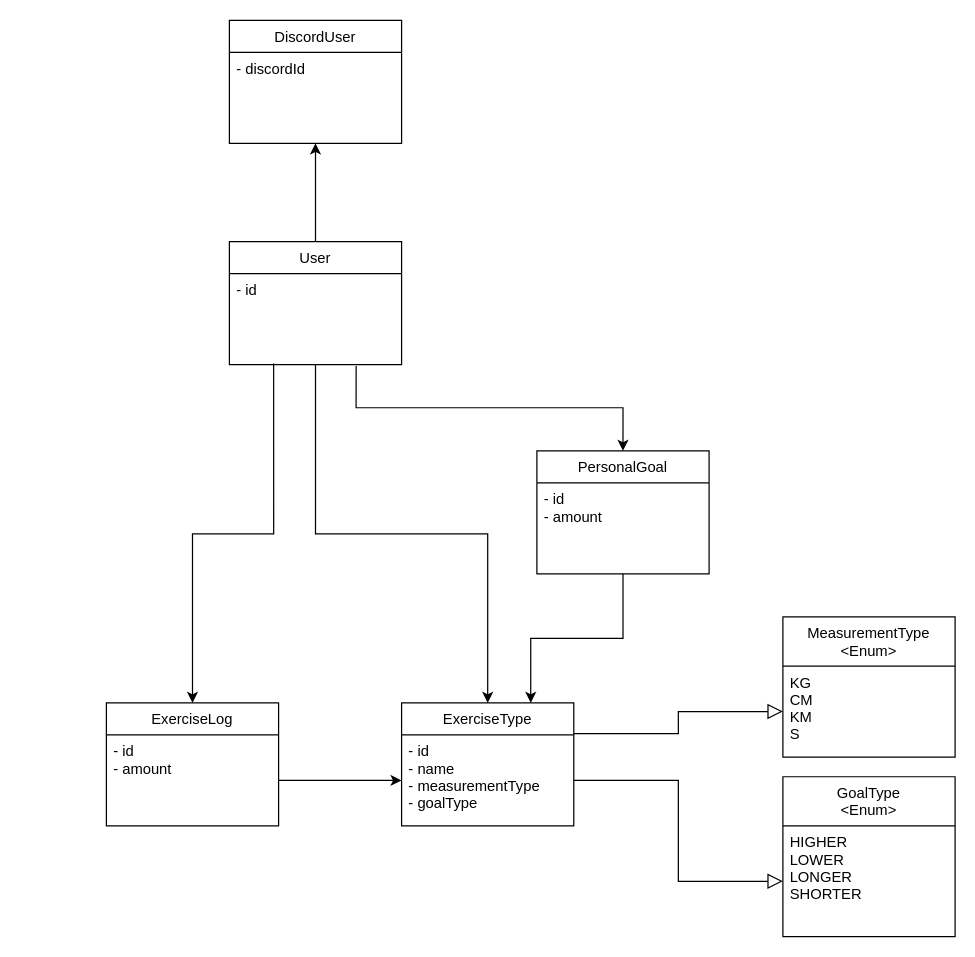
jordybronowicki37/befit-bot keeps this draw.io diagram as docs/Diagrams.drawio. Above is the earlier version. Source tidied: cells renumbered, new cells numbered last; positions are measured from the earlier drawing's top-left corner, leaving out a move shared by most shapes. Both pictures are drawn from the tidied source at 123%, with x=0, y=0 at pixel (106, 20).
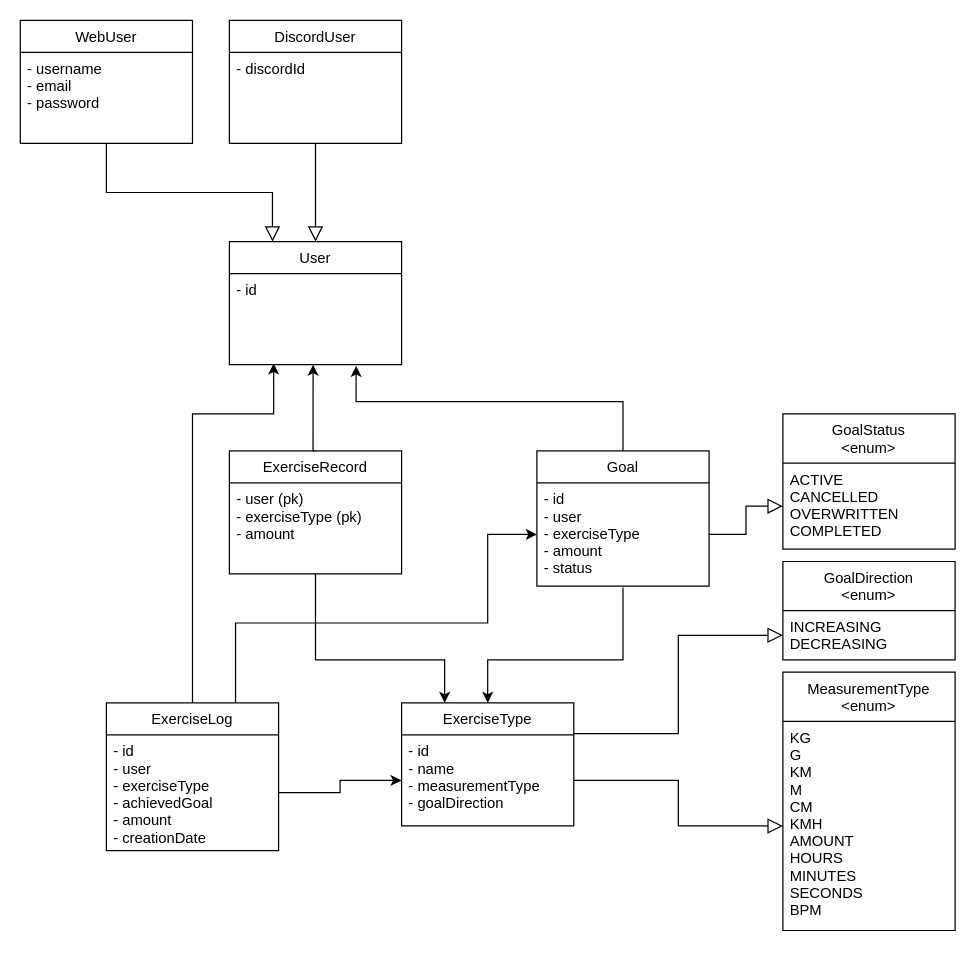
After the change.

Unchanged cells that the change refers to:
```xml
<mxCell id="4" value="User" style="swimlane;fontStyle=0;horizontal=1;startSize=26;fillColor=none;" parent="1" vertex="1">
  <mxGeometry x="100" y="180" width="140" height="100" as="geometry" />
</mxCell>
<mxCell id="5" value="- id&#10;" style="text;strokeColor=none;fillColor=none;align=left;verticalAlign=top;spacingLeft=4;spacingRight=4;overflow=hidden;points=[[0,0.5],[1,0.5]];portConstraint=eastwest;" parent="4" vertex="1">
  <mxGeometry y="26" width="140" height="74" as="geometry" />
</mxCell>
<mxCell id="6" value="DiscordUser" style="swimlane;fontStyle=0;horizontal=1;startSize=26;fillColor=none;" parent="1" vertex="1">
  <mxGeometry x="100" width="140" height="100" as="geometry" />
</mxCell>
<mxCell id="8" value="ExerciseType" style="swimlane;fontStyle=0;horizontal=1;startSize=26;fillColor=none;" parent="1" vertex="1">
  <mxGeometry x="240" y="555" width="140" height="100" as="geometry" />
</mxCell>
```

What changed in the source:
```diff
@@
-    <mxCell id="2" style="edgeStyle=orthogonalEdgeStyle;rounded=0;jettySize=auto;html=1;exitX=0.5;exitY=0;exitDx=0;exitDy=0;" parent="1" edge="1" source="4" target="6">
+    <mxCell id="2" style="edgeStyle=orthogonalEdgeStyle;rounded=0;jettySize=auto;html=1;exitX=0.5;exitY=0;exitDx=0;exitDy=0;endArrow=none;endFill=0;startArrow=block;startFill=0;startSize=10;" parent="1" edge="1" source="4" target="6">
       <mxGeometry relative="1" as="geometry" />
     </mxCell>
-    <mxCell id="3" style="edgeStyle=orthogonalEdgeStyle;rounded=0;jettySize=auto;html=1;entryX=0.5;entryY=0;entryDx=0;entryDy=0;endArrow=classic;endFill=1;startSize=6;endSize=6;" parent="1" edge="1" source="4" target="8">
-      <mxGeometry relative="1" as="geometry" />
-    </mxCell>
+    <mxCell id="24" style="edgeStyle=orthogonalEdgeStyle;rounded=0;jettySize=auto;html=1;exitX=0.25;exitY=0;exitDx=0;exitDy=0;endArrow=none;endFill=0;startArrow=block;startFill=0;startSize=10;" parent="1" edge="1" source="4" target="26">
+      <mxGeometry relative="1" as="geometry" />
+    </mxCell>
@@
-    <mxCell id="9" value="- id&#10;- name&#10;- measurementType&#10;- goalType" style="text;strokeColor=none;fillColor=none;align=left;verticalAlign=top;spacingLeft=4;spacingRight=4;overflow=hidden;points=[[0,0.5],[1,0.5]];portConstraint=eastwest;" parent="8" vertex="1">
+    <mxCell id="9" value="- id&#10;- name&#10;- measurementType&#10;- goalDirection" style="text;strokeColor=none;fillColor=none;align=left;verticalAlign=top;spacingLeft=4;spacingRight=4;overflow=hidden;points=[[0,0.5],[1,0.5]];portConstraint=eastwest;" parent="8" vertex="1">
       <mxGeometry y="26" width="140" height="74" as="geometry" />
     </mxCell>
+    <mxCell id="25" style="edgeStyle=orthogonalEdgeStyle;rounded=0;jettySize=auto;html=1;exitX=0.75;exitY=0;exitDx=0;exitDy=0;entryX=0;entryY=0.5;entryDx=0;entryDy=0;" parent="1" edge="1" source="10" target="33">
+      <mxGeometry relative="1" as="geometry">
+        <Array as="points">
+          <mxPoint x="105" y="490" />
+          <mxPoint x="310" y="490" />
+          <mxPoint x="310" y="418" />
+        </Array>
+      </mxGeometry>
+    </mxCell>
     <mxCell id="10" value="ExerciseLog" style="swimlane;fontStyle=0;horizontal=1;startSize=26;fillColor=none;" parent="1" vertex="1">
-      <mxGeometry y="555" width="140" height="100" as="geometry" />
+      <mxGeometry y="555" width="140" height="120" as="geometry" />
     </mxCell>
-    <mxCell id="11" value="- id&#10;- amount" style="text;strokeColor=none;fillColor=none;align=left;verticalAlign=top;spacingLeft=4;spacingRight=4;overflow=hidden;points=[[0,0.5],[1,0.5]];portConstraint=eastwest;" parent="10" vertex="1">
-      <mxGeometry y="26" width="140" height="74" as="geometry" />
+    <mxCell id="11" value="- id&#10;- user&#10;- exerciseType&#10;- achievedGoal&#10;- amount&#10;- creationDate" style="text;strokeColor=none;fillColor=none;align=left;verticalAlign=top;spacingLeft=4;spacingRight=4;overflow=hidden;points=[[0,0.5],[1,0.5]];portConstraint=eastwest;" parent="10" vertex="1">
+      <mxGeometry y="26" width="140" height="94" as="geometry" />
     </mxCell>
-    <mxCell id="12" value="GoalType&#10;&lt;Enum&gt;" style="swimlane;fontStyle=0;horizontal=1;startSize=40;fillColor=none;" parent="1" vertex="1">
-      <mxGeometry x="550" y="615" width="140" height="130" as="geometry" />
+    <mxCell id="12" value="GoalDirection&#10;&lt;enum&gt;" style="swimlane;fontStyle=0;horizontal=1;startSize=40;fillColor=none;" parent="1" vertex="1">
+      <mxGeometry x="550" y="440" width="140" height="80" as="geometry" />
     </mxCell>
-    <mxCell id="13" value="HIGHER&#10;LOWER&#10;LONGER&#10;SHORTER" style="text;strokeColor=none;fillColor=none;align=left;verticalAlign=top;spacingLeft=4;spacingRight=4;overflow=hidden;points=[[0,0.5],[1,0.5]];portConstraint=eastwest;" parent="12" vertex="1">
-      <mxGeometry y="40" width="140" height="90" as="geometry" />
+    <mxCell id="13" value="INCREASING&#10;DECREASING" style="text;strokeColor=none;fillColor=none;align=left;verticalAlign=top;spacingLeft=4;spacingRight=4;overflow=hidden;points=[[0,0.5],[1,0.5]];portConstraint=eastwest;" parent="12" vertex="1">
+      <mxGeometry y="40" width="140" height="40" as="geometry" />
     </mxCell>
-    <mxCell id="14" value="MeasurementType&#10;&lt;Enum&gt;" style="swimlane;fontStyle=0;horizontal=1;startSize=40;fillColor=none;" parent="1" vertex="1">
-      <mxGeometry x="550" y="485" width="140" height="114" as="geometry" />
-    </mxCell>
-    <mxCell id="15" value="KG&#10;CM&#10;KM&#10;S" style="text;strokeColor=none;fillColor=none;align=left;verticalAlign=top;spacingLeft=4;spacingRight=4;overflow=hidden;points=[[0,0.5],[1,0.5]];portConstraint=eastwest;" parent="14" vertex="1">
-      <mxGeometry y="40" width="140" height="74" as="geometry" />
-    </mxCell>
@@
-    <mxCell id="17" style="edgeStyle=orthogonalEdgeStyle;rounded=0;jettySize=auto;html=1;exitX=0.736;exitY=1.014;exitDx=0;exitDy=0;entryX=0.5;entryY=0;entryDx=0;entryDy=0;exitPerimeter=0;" parent="1" edge="1" source="5" target="22">
-      <mxGeometry relative="1" as="geometry" />
+    <mxCell id="17" style="edgeStyle=orthogonalEdgeStyle;rounded=0;jettySize=auto;html=1;exitX=0.736;exitY=1.014;exitDx=0;exitDy=0;entryX=0.5;entryY=0;entryDx=0;entryDy=0;exitPerimeter=0;startArrow=classic;startFill=1;endArrow=none;endFill=0;" parent="1" edge="1" source="5" target="32">
+      <mxGeometry relative="1" as="geometry">
+        <Array as="points">
+          <mxPoint x="203" y="310" />
+          <mxPoint x="420" y="310" />
+        </Array>
+      </mxGeometry>
     </mxCell>
-    <mxCell id="18" style="edgeStyle=orthogonalEdgeStyle;rounded=0;jettySize=auto;html=1;exitX=0.257;exitY=0.986;exitDx=0;exitDy=0;entryX=0.5;entryY=0;entryDx=0;entryDy=0;exitPerimeter=0;" parent="1" edge="1" source="5" target="10">
-      <mxGeometry relative="1" as="geometry" />
+    <mxCell id="18" style="edgeStyle=orthogonalEdgeStyle;rounded=0;jettySize=auto;html=1;exitX=0.257;exitY=0.986;exitDx=0;exitDy=0;entryX=0.5;entryY=0;entryDx=0;entryDy=0;exitPerimeter=0;startArrow=classic;startFill=1;endArrow=none;endFill=0;" parent="1" edge="1" source="5" target="10">
+      <mxGeometry relative="1" as="geometry">
+        <Array as="points">
+          <mxPoint x="136" y="320" />
+          <mxPoint x="70" y="320" />
+        </Array>
+      </mxGeometry>
     </mxCell>
-    <mxCell id="19" style="edgeStyle=orthogonalEdgeStyle;rounded=0;jettySize=auto;html=1;exitX=1;exitY=0.25;exitDx=0;exitDy=0;entryX=0;entryY=0.5;entryDx=0;entryDy=0;endArrow=block;endFill=0;startSize=6;endSize=10;" parent="1" edge="1" source="8" target="15">
+    <mxCell id="19" style="edgeStyle=orthogonalEdgeStyle;rounded=0;jettySize=auto;html=1;entryX=0;entryY=0.5;entryDx=0;entryDy=0;endArrow=block;endFill=0;startSize=6;endSize=10;exitX=1;exitY=0.5;exitDx=0;exitDy=0;" parent="1" edge="1" source="9" target="31">
       <mxGeometry relative="1" as="geometry" />
     </mxCell>
-    <mxCell id="20" style="edgeStyle=orthogonalEdgeStyle;rounded=0;jettySize=auto;html=1;exitX=1;exitY=0.5;exitDx=0;exitDy=0;entryX=0;entryY=0.5;entryDx=0;entryDy=0;endSize=10;endArrow=block;endFill=0;" parent="1" edge="1" source="9" target="13">
+    <mxCell id="20" style="edgeStyle=orthogonalEdgeStyle;rounded=0;jettySize=auto;html=1;exitX=1;exitY=0.25;exitDx=0;exitDy=0;entryX=0;entryY=0.5;entryDx=0;entryDy=0;endSize=10;endArrow=block;endFill=0;" parent="1" edge="1" source="8" target="13">
       <mxGeometry relative="1" as="geometry" />
     </mxCell>
-    <mxCell id="21" style="edgeStyle=orthogonalEdgeStyle;rounded=0;jettySize=auto;html=1;entryX=0.75;entryY=0;entryDx=0;entryDy=0;endArrow=classic;endFill=1;startSize=6;endSize=6;" parent="1" edge="1" source="22" target="8">
-      <mxGeometry relative="1" as="geometry" />
+    <mxCell id="21" style="edgeStyle=orthogonalEdgeStyle;rounded=0;jettySize=auto;html=1;entryX=0.5;entryY=0;entryDx=0;entryDy=0;endArrow=classic;endFill=1;startSize=6;endSize=6;exitX=0.5;exitY=1.014;exitDx=0;exitDy=0;exitPerimeter=0;" parent="1" edge="1" source="33" target="8">
+      <mxGeometry relative="1" as="geometry">
+        <Array as="points">
+          <mxPoint x="420" y="520" />
+          <mxPoint x="310" y="520" />
+        </Array>
+      </mxGeometry>
     </mxCell>
-    <mxCell id="22" value="PersonalGoal" style="swimlane;fontStyle=0;horizontal=1;startSize=26;fillColor=none;" parent="1" vertex="1">
-      <mxGeometry x="350" y="350" width="140" height="100" as="geometry" />
-    </mxCell>
-    <mxCell id="23" value="- id&#10;- amount" style="text;strokeColor=none;fillColor=none;align=left;verticalAlign=top;spacingLeft=4;spacingRight=4;overflow=hidden;" parent="22" vertex="1">
-      <mxGeometry y="26" width="140" height="74" as="geometry" />
-    </mxCell>
+    <mxCell id="26" value="WebUser" style="swimlane;fontStyle=0;horizontal=1;startSize=26;fillColor=none;" parent="1" vertex="1">
+      <mxGeometry x="-70" width="140" height="100" as="geometry" />
+    </mxCell>
+    <mxCell id="27" value="- username&#10;- email&#10;- password" style="text;strokeColor=none;fillColor=none;align=left;verticalAlign=top;spacingLeft=4;spacingRight=4;overflow=hidden;" parent="26" vertex="1">
+      <mxGeometry y="26" width="140" height="74" as="geometry" />
+    </mxCell>
+    <mxCell id="28" style="edgeStyle=orthogonalEdgeStyle;rounded=0;jettySize=auto;html=1;entryX=0.25;entryY=0;entryDx=0;entryDy=0;" parent="1" edge="1" source="29" target="8">
+      <mxGeometry relative="1" as="geometry">
+        <Array as="points">
+          <mxPoint x="170" y="520" />
+          <mxPoint x="275" y="520" />
+        </Array>
+      </mxGeometry>
+    </mxCell>
+    <mxCell id="29" value="ExerciseRecord" style="swimlane;fontStyle=0;horizontal=1;startSize=26;fillColor=none;" parent="1" vertex="1">
+      <mxGeometry x="100" y="350" width="140" height="100" as="geometry" />
+    </mxCell>
+    <mxCell id="30" value="- user (pk)&#10;- exerciseType (pk)&#10;- amount" style="text;strokeColor=none;fillColor=none;align=left;verticalAlign=top;spacingLeft=4;spacingRight=4;overflow=hidden;" parent="29" vertex="1">
+      <mxGeometry y="26" width="140" height="74" as="geometry" />
+    </mxCell>
+    <mxCell id="14" value="MeasurementType&#10;&lt;enum&gt;" style="swimlane;fontStyle=0;horizontal=1;startSize=40;fillColor=none;" parent="1" vertex="1">
+      <mxGeometry x="550" y="530" width="140" height="210" as="geometry" />
+    </mxCell>
+    <mxCell id="31" value="KG&#10;G&#10;KM&#10;M&#10;CM&#10;KMH&#10;AMOUNT&#10;HOURS&#10;MINUTES&#10;SECONDS&#10;BPM" style="text;strokeColor=none;fillColor=none;align=left;verticalAlign=top;spacingLeft=4;spacingRight=4;overflow=hidden;points=[[0,0.5],[1,0.5]];portConstraint=eastwest;" parent="14" vertex="1">
+      <mxGeometry y="40" width="140" height="170" as="geometry" />
+    </mxCell>
+    <mxCell id="32" value="Goal" style="swimlane;fontStyle=0;horizontal=1;startSize=26;fillColor=none;" parent="1" vertex="1">
+      <mxGeometry x="350" y="350" width="140" height="110" as="geometry" />
+    </mxCell>
+    <mxCell id="33" value="- id&#10;- user&#10;- exerciseType&#10;- amount&#10;- status" style="text;strokeColor=none;fillColor=none;align=left;verticalAlign=top;spacingLeft=4;spacingRight=4;overflow=hidden;points=[[0,0.5],[1,0.5]];portConstraint=eastwest;" parent="32" vertex="1">
+      <mxGeometry y="26" width="140" height="84" as="geometry" />
+    </mxCell>
+    <mxCell id="34" style="edgeStyle=orthogonalEdgeStyle;rounded=0;jettySize=auto;html=1;exitX=0.5;exitY=0;exitDx=0;exitDy=0;entryX=0.486;entryY=1;entryDx=0;entryDy=0;entryPerimeter=0;" parent="1" edge="1" source="29" target="5">
+      <mxGeometry relative="1" as="geometry">
+        <Array as="points">
+          <mxPoint x="168" y="350" />
+        </Array>
+      </mxGeometry>
+    </mxCell>
+    <mxCell id="35" value="GoalStatus&#10;&lt;enum&gt;" style="swimlane;fontStyle=0;horizontal=1;startSize=40;fillColor=none;" parent="1" vertex="1">
+      <mxGeometry x="550" y="320" width="140" height="110" as="geometry" />
+    </mxCell>
+    <mxCell id="36" value="ACTIVE&#10;CANCELLED&#10;OVERWRITTEN&#10;COMPLETED" style="text;strokeColor=none;fillColor=none;align=left;verticalAlign=top;spacingLeft=4;spacingRight=4;overflow=hidden;points=[[0,0.5],[1,0.5]];portConstraint=eastwest;" parent="35" vertex="1">
+      <mxGeometry y="40" width="140" height="70" as="geometry" />
+    </mxCell>
+    <mxCell id="37" style="edgeStyle=orthogonalEdgeStyle;rounded=0;jettySize=auto;html=1;exitX=1;exitY=0.5;exitDx=0;exitDy=0;entryX=0;entryY=0.5;entryDx=0;entryDy=0;endArrow=block;endFill=0;endSize=10;" parent="1" edge="1" source="33" target="36">
+      <mxGeometry relative="1" as="geometry" />
+    </mxCell>
```
